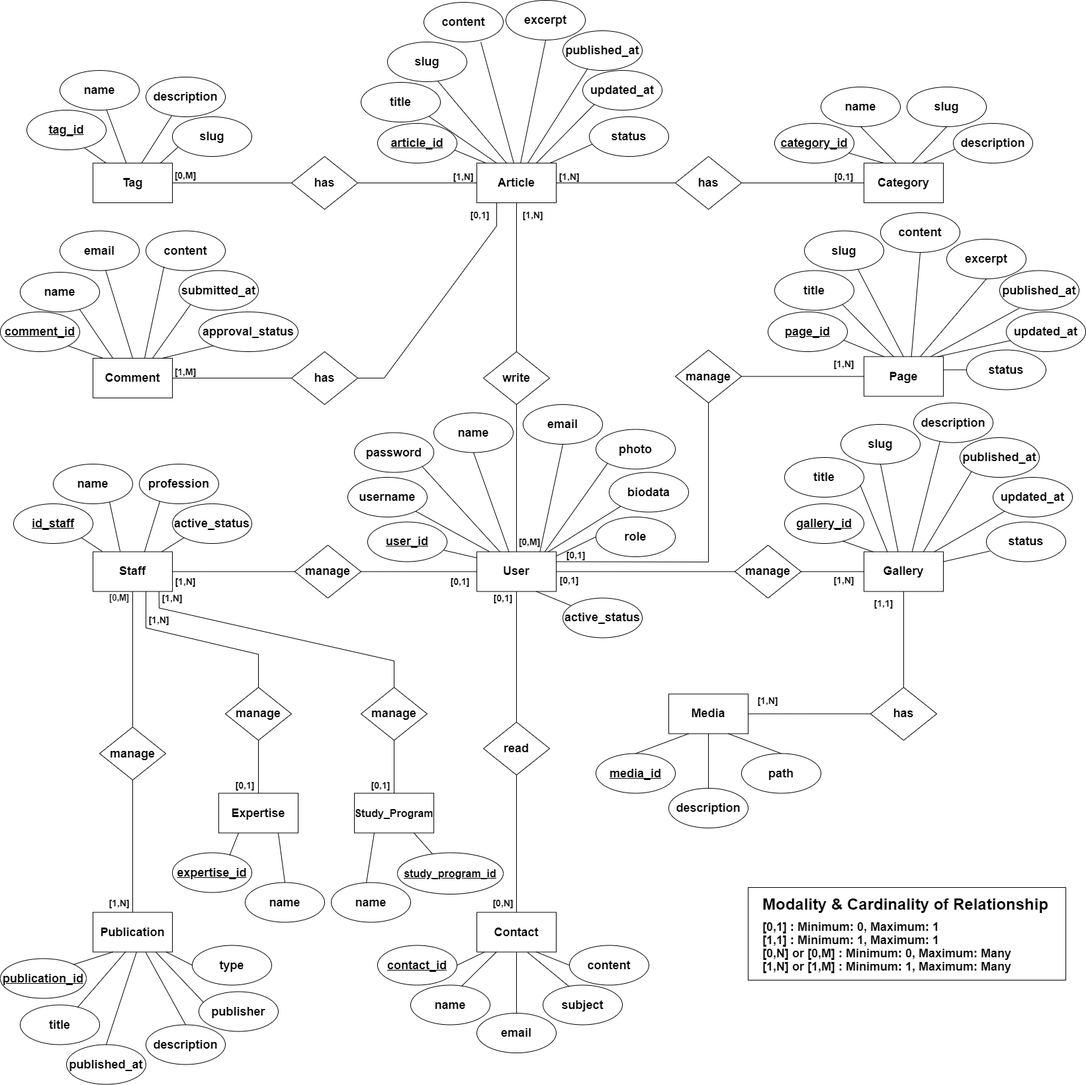
Before: higher-edu-web/conceptual-data-model-en.png, a diagram exported from draw.io (alifiharafi/alifiharafi-research.github.io). Source tidied: cells renumbered, new cells last; positions are measured from the earlier drawing's top-left corner, leaving out a move shared by most shapes.
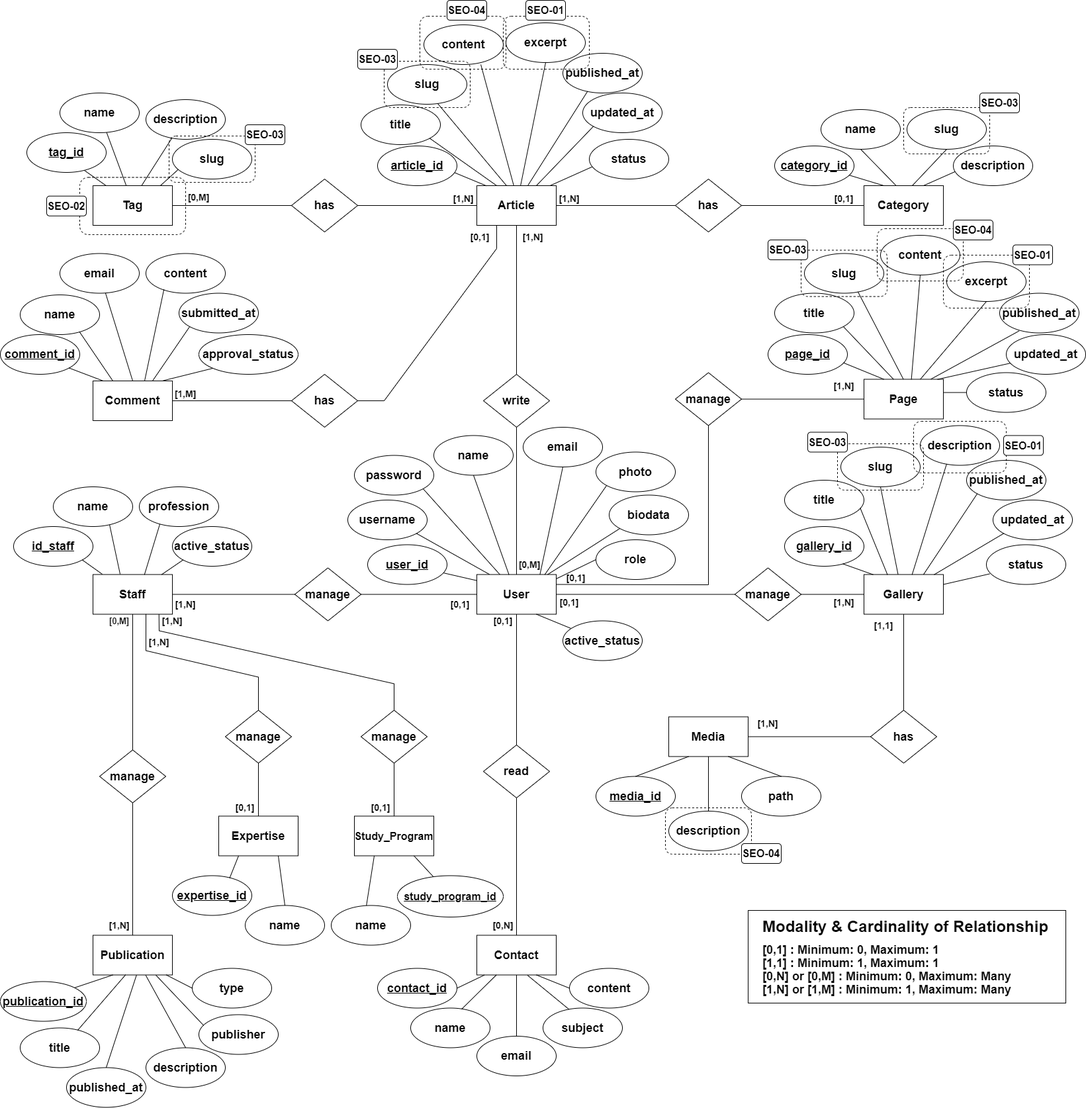
The same diagram one commit later.

Commit message:
Update CDM with Supporting Factors of SEO

What changed in the source:
```diff
@@ -8,10 +8,10 @@
     <mxCell id="3" value="&lt;font style=&quot;font-size: 18px&quot;&gt;title&lt;/font&gt;" style="ellipse;whiteSpace=wrap;html=1;fontStyle=1;fillColor=default;strokeColor=default;fontColor=default;" parent="1" vertex="1">
       <mxGeometry x="545" y="124" width="120" height="60" as="geometry" />
     </mxCell>
-    <mxCell id="4" value="&lt;font style=&quot;font-size: 18px&quot;&gt;excerpt&lt;/font&gt;" style="ellipse;whiteSpace=wrap;html=1;fontStyle=1;fillColor=default;strokeColor=default;fontColor=default;" parent="1" vertex="1">
+    <mxCell id="4" value="&lt;font style=&quot;font-size: 18px&quot;&gt;excerpt&lt;/font&gt;" style="ellipse;whiteSpace=wrap;html=1;fontStyle=1;" parent="1" vertex="1">
       <mxGeometry x="764" width="120" height="60" as="geometry" />
     </mxCell>
-    <mxCell id="5" value="&lt;font style=&quot;font-size: 18px&quot;&gt;slug&lt;/font&gt;" style="ellipse;whiteSpace=wrap;html=1;fontStyle=1;fillColor=default;strokeColor=default;fontColor=default;" parent="1" vertex="1">
+    <mxCell id="5" value="&lt;font style=&quot;font-size: 18px&quot;&gt;slug&lt;/font&gt;" style="ellipse;whiteSpace=wrap;html=1;fontStyle=1;" parent="1" vertex="1">
       <mxGeometry x="585" y="63" width="120" height="60" as="geometry" />
     </mxCell>
     <mxCell id="6" value="&lt;font style=&quot;font-size: 18px&quot;&gt;published_at&lt;/font&gt;" style="ellipse;whiteSpace=wrap;html=1;fontStyle=1;fillColor=default;strokeColor=default;fontColor=default;" parent="1" vertex="1">
@@ -66,7 +66,7 @@
       <mxGeometry x="140" y="246" width="120" height="60" as="geometry" />
     </mxCell>
     <mxCell id="23" value="&lt;font style=&quot;font-size: 14px&quot;&gt;[0,M]&lt;/font&gt;" style="text;html=1;strokeColor=none;fillColor=none;align=center;verticalAlign=middle;whiteSpace=wrap;rounded=0;fontSize=13;fontStyle=1;" parent="1" vertex="1">
-      <mxGeometry x="260" y="256" width="40" height="15" as="geometry" />
+      <mxGeometry x="280" y="256" width="40" height="15" as="geometry" />
     </mxCell>
     <mxCell id="24" value="&lt;font style=&quot;font-size: 14px&quot;&gt;[0,1]&lt;/font&gt;" style="text;html=1;strokeColor=none;fillColor=none;align=center;verticalAlign=middle;whiteSpace=wrap;rounded=0;fontSize=13;fontStyle=1;" parent="1" vertex="1">
       <mxGeometry x="705" y="316" width="40" height="15" as="geometry" />
@@ -252,10 +252,10 @@
     <mxCell id="83" value="&lt;font style=&quot;font-size: 18px&quot;&gt;title&lt;/font&gt;" style="ellipse;whiteSpace=wrap;html=1;fontStyle=1;fillColor=default;strokeColor=default;fontColor=default;" parent="1" vertex="1">
       <mxGeometry x="1170" y="408.5" width="120" height="60" as="geometry" />
     </mxCell>
-    <mxCell id="84" value="&lt;font style=&quot;font-size: 18px&quot;&gt;slug&lt;/font&gt;" style="ellipse;whiteSpace=wrap;html=1;fontStyle=1;fillColor=default;strokeColor=default;fontColor=default;" parent="1" vertex="1">
+    <mxCell id="84" value="&lt;font style=&quot;font-size: 18px&quot;&gt;slug&lt;/font&gt;" style="ellipse;whiteSpace=wrap;html=1;fontStyle=1;" parent="1" vertex="1">
       <mxGeometry x="1215" y="348.5" width="120" height="60" as="geometry" />
     </mxCell>
-    <mxCell id="85" value="&lt;font style=&quot;font-size: 18px&quot;&gt;excerpt&lt;/font&gt;" style="ellipse;whiteSpace=wrap;html=1;fontStyle=1;fillColor=default;strokeColor=default;fontColor=default;" parent="1" vertex="1">
+    <mxCell id="85" value="&lt;font style=&quot;font-size: 18px&quot;&gt;excerpt&lt;/font&gt;" style="ellipse;whiteSpace=wrap;html=1;fontStyle=1;" parent="1" vertex="1">
       <mxGeometry x="1430" y="361" width="120" height="60" as="geometry" />
     </mxCell>
     <mxCell id="86" value="&lt;font&gt;&lt;font style=&quot;font-size: 18px&quot;&gt;published_at&lt;/font&gt;&lt;br&gt;&lt;/font&gt;" style="ellipse;whiteSpace=wrap;html=1;fontStyle=1;fillColor=default;strokeColor=default;fontColor=default;" parent="1" vertex="1">
@@ -280,10 +280,10 @@
       <mxGeometry x="1270" y="641" width="120" height="60" as="geometry" />
     </mxCell>
     <mxCell id="93" value="&lt;font style=&quot;font-size: 18px&quot;&gt;description&lt;/font&gt;" style="ellipse;whiteSpace=wrap;html=1;fontStyle=1;" parent="1" vertex="1">
-      <mxGeometry x="1380" y="608.5" width="120" height="60" as="geometry" />
+      <mxGeometry x="1390" y="608.5" width="120" height="60" as="geometry" />
     </mxCell>
     <mxCell id="94" value="&lt;font style=&quot;font-size: 18px;&quot;&gt;published_at&lt;br style=&quot;font-size: 18px;&quot;&gt;&lt;/font&gt;" style="ellipse;whiteSpace=wrap;html=1;fontStyle=1;fontSize=18;" parent="1" vertex="1">
-      <mxGeometry x="1450" y="661" width="120" height="60" as="geometry" />
+      <mxGeometry x="1460" y="661" width="120" height="60" as="geometry" />
     </mxCell>
     <mxCell id="95" value="&lt;font&gt;&lt;font style=&quot;font-size: 18px&quot;&gt;status&lt;/font&gt;&lt;br&gt;&lt;/font&gt;" style="ellipse;whiteSpace=wrap;html=1;fontStyle=1;" parent="1" vertex="1">
       <mxGeometry x="1490" y="788.5" width="120" height="60" as="geometry" />
@@ -651,23 +651,95 @@
     <mxCell id="211" style="endArrow=none;html=1;rounded=0;fontSize=14;entryX=0.1;entryY=0.189;entryDx=0;entryDy=0;exitX=0.75;exitY=1;exitDx=0;exitDy=0;entryPerimeter=0;" parent="1" edge="1" source="33" target="210">
       <mxGeometry relative="1" as="geometry" />
     </mxCell>
-    <mxCell id="212" value="&lt;font style=&quot;font-size: 18px&quot;&gt;description&lt;/font&gt;" style="ellipse;whiteSpace=wrap;html=1;fontStyle=1;fillColor=default;strokeColor=default;fontColor=default;" parent="1" vertex="1">
+    <mxCell id="212" value="&lt;font style=&quot;font-size: 18px&quot;&gt;description&lt;/font&gt;" style="ellipse;whiteSpace=wrap;html=1;fontStyle=1;" parent="1" vertex="1">
       <mxGeometry x="1010" y="1191" width="120" height="60" as="geometry" />
     </mxCell>
     <mxCell id="213" style="endArrow=none;html=1;rounded=0;labelBackgroundColor=default;fontColor=default;strokeColor=default;exitX=0.5;exitY=0;exitDx=0;exitDy=0;" parent="1" edge="1" source="212" target="30">
       <mxGeometry relative="1" as="geometry" />
     </mxCell>
-    <mxCell id="214" value="&lt;font style=&quot;font-size: 18px&quot;&gt;content&lt;/font&gt;" style="ellipse;whiteSpace=wrap;html=1;fontStyle=1;fillColor=default;strokeColor=default;fontColor=default;" parent="1" vertex="1">
+    <mxCell id="214" value="&lt;font style=&quot;font-size: 18px&quot;&gt;content&lt;/font&gt;" style="ellipse;whiteSpace=wrap;html=1;fontStyle=1;" parent="1" vertex="1">
       <mxGeometry x="1330" y="321" width="120" height="60" as="geometry" />
     </mxCell>
     <mxCell id="215" style="endArrow=none;html=1;rounded=0;labelBackgroundColor=default;fontColor=default;strokeColor=default;entryX=0.5;entryY=1;entryDx=0;entryDy=0;exitX=0.597;exitY=0.005;exitDx=0;exitDy=0;exitPerimeter=0;" parent="1" edge="1" source="28" target="214">
       <mxGeometry relative="1" as="geometry" />
     </mxCell>
-    <mxCell id="216" value="&lt;font style=&quot;font-size: 18px&quot;&gt;content&lt;/font&gt;" style="ellipse;whiteSpace=wrap;html=1;fontStyle=1;fillColor=default;strokeColor=default;fontColor=default;" parent="1" vertex="1">
+    <mxCell id="216" value="&lt;font style=&quot;font-size: 18px&quot;&gt;content&lt;/font&gt;" style="ellipse;whiteSpace=wrap;html=1;fontStyle=1;" parent="1" vertex="1">
       <mxGeometry x="640" y="3" width="120" height="60" as="geometry" />
     </mxCell>
     <mxCell id="217" style="endArrow=none;html=1;rounded=0;labelBackgroundColor=default;fontColor=default;strokeColor=default;exitX=0.717;exitY=1;exitDx=0;exitDy=0;exitPerimeter=0;entryX=0.465;entryY=-0.002;entryDx=0;entryDy=0;entryPerimeter=0;" parent="1" edge="1" source="216" target="8">
       <mxGeometry relative="1" as="geometry" />
     </mxCell>
+    <mxCell id="218" style="rounded=1;whiteSpace=wrap;html=1;dashed=1;fillColor=none;" parent="1" vertex="1">
+      <mxGeometry x="120" y="233.5" width="160" height="86.5" as="geometry" />
+    </mxCell>
+    <mxCell id="219" style="rounded=1;whiteSpace=wrap;html=1;dashed=1;fillColor=none;" parent="1" vertex="1">
+      <mxGeometry x="255" y="171" width="130" height="70" as="geometry" />
+    </mxCell>
+    <mxCell id="220" style="rounded=1;whiteSpace=wrap;html=1;dashed=1;fillColor=none;" parent="1" vertex="1">
+      <mxGeometry x="580" y="58" width="130" height="70" as="geometry" />
+    </mxCell>
+    <mxCell id="221" style="rounded=1;whiteSpace=wrap;html=1;dashed=1;fillColor=none;" parent="1" vertex="1">
+      <mxGeometry x="634" y="-10" width="130" height="80" as="geometry" />
+    </mxCell>
+    <mxCell id="222" style="rounded=1;whiteSpace=wrap;html=1;dashed=1;fillColor=none;" parent="1" vertex="1">
+      <mxGeometry x="760" y="-10" width="130" height="80" as="geometry" />
+    </mxCell>
+    <mxCell id="223" style="rounded=1;whiteSpace=wrap;html=1;dashed=1;fillColor=none;" parent="1" vertex="1">
+      <mxGeometry x="1365" y="128" width="130" height="70" as="geometry" />
+    </mxCell>
+    <mxCell id="224" style="rounded=1;whiteSpace=wrap;html=1;dashed=1;fillColor=none;" parent="1" vertex="1">
+      <mxGeometry x="1210" y="343.5" width="130" height="70" as="geometry" />
+    </mxCell>
+    <mxCell id="225" style="rounded=1;whiteSpace=wrap;html=1;dashed=1;fillColor=none;" parent="1" vertex="1">
+      <mxGeometry x="1325" y="311" width="130" height="79" as="geometry" />
+    </mxCell>
+    <mxCell id="226" style="rounded=1;whiteSpace=wrap;html=1;dashed=1;fillColor=none;" parent="1" vertex="1">
+      <mxGeometry x="1425" y="351" width="130" height="80" as="geometry" />
+    </mxCell>
+    <mxCell id="227" style="rounded=1;whiteSpace=wrap;html=1;dashed=1;fillColor=none;" parent="1" vertex="1">
+      <mxGeometry x="1265" y="636" width="130" height="70" as="geometry" />
+    </mxCell>
+    <mxCell id="228" style="rounded=1;whiteSpace=wrap;html=1;dashed=1;fillColor=none;" parent="1" vertex="1">
+      <mxGeometry x="1380" y="602" width="140" height="78" as="geometry" />
+    </mxCell>
+    <mxCell id="229" style="rounded=1;whiteSpace=wrap;html=1;dashed=1;fillColor=none;" parent="1" vertex="1">
+      <mxGeometry x="1005" y="1186" width="130" height="70" as="geometry" />
+    </mxCell>
+    <mxCell id="230" value="&lt;b&gt;&lt;font style=&quot;font-size: 16px&quot;&gt;SEO-04&lt;/font&gt;&lt;/b&gt;" style="rounded=1;whiteSpace=wrap;html=1;" parent="1" vertex="1">
+      <mxGeometry x="1120" y="1240" width="60" height="30" as="geometry" />
+    </mxCell>
+    <mxCell id="231" value="&lt;b&gt;&lt;font style=&quot;font-size: 16px&quot;&gt;SEO-01&lt;/font&gt;&lt;/b&gt;" style="rounded=1;whiteSpace=wrap;html=1;" parent="1" vertex="1">
+      <mxGeometry x="1516" y="623.5" width="60" height="30" as="geometry" />
+    </mxCell>
+    <mxCell id="232" value="&lt;b&gt;&lt;font style=&quot;font-size: 16px&quot;&gt;SEO-03&lt;/font&gt;&lt;/b&gt;" style="rounded=1;whiteSpace=wrap;html=1;" parent="1" vertex="1">
+      <mxGeometry x="1220" y="618.5" width="60" height="30" as="geometry" />
+    </mxCell>
+    <mxCell id="233" value="&lt;b&gt;&lt;font style=&quot;font-size: 16px&quot;&gt;SEO-02&lt;/font&gt;&lt;/b&gt;" style="rounded=1;whiteSpace=wrap;html=1;" parent="1" vertex="1">
+      <mxGeometry x="70" y="261.8" width="60" height="30" as="geometry" />
+    </mxCell>
+    <mxCell id="234" value="&lt;b&gt;&lt;font style=&quot;font-size: 16px&quot;&gt;SEO-01&lt;/font&gt;&lt;/b&gt;" style="rounded=1;whiteSpace=wrap;html=1;" parent="1" vertex="1">
+      <mxGeometry x="794" y="-34" width="60" height="30" as="geometry" />
+    </mxCell>
+    <mxCell id="235" value="&lt;b&gt;&lt;font style=&quot;font-size: 16px&quot;&gt;SEO-01&lt;/font&gt;&lt;/b&gt;" style="rounded=1;whiteSpace=wrap;html=1;" parent="1" vertex="1">
+      <mxGeometry x="1530" y="335.5" width="60" height="30" as="geometry" />
+    </mxCell>
+    <mxCell id="236" value="&lt;b&gt;&lt;font style=&quot;font-size: 16px&quot;&gt;SEO-03&lt;/font&gt;&lt;/b&gt;" style="rounded=1;whiteSpace=wrap;html=1;" parent="1" vertex="1">
+      <mxGeometry x="540" y="40" width="60" height="30" as="geometry" />
+    </mxCell>
+    <mxCell id="237" value="&lt;b&gt;&lt;font style=&quot;font-size: 16px&quot;&gt;SEO-03&lt;/font&gt;&lt;/b&gt;" style="rounded=1;whiteSpace=wrap;html=1;" parent="1" vertex="1">
+      <mxGeometry x="1160" y="328" width="60" height="30" as="geometry" />
+    </mxCell>
+    <mxCell id="238" value="&lt;b&gt;&lt;font style=&quot;font-size: 16px&quot;&gt;SEO-03&lt;/font&gt;&lt;/b&gt;" style="rounded=1;whiteSpace=wrap;html=1;" parent="1" vertex="1">
+      <mxGeometry x="1480" y="106" width="60" height="30" as="geometry" />
+    </mxCell>
+    <mxCell id="239" value="&lt;b&gt;&lt;font style=&quot;font-size: 16px&quot;&gt;SEO-03&lt;/font&gt;&lt;/b&gt;" style="rounded=1;whiteSpace=wrap;html=1;" parent="1" vertex="1">
+      <mxGeometry x="370" y="154" width="60" height="30" as="geometry" />
+    </mxCell>
+    <mxCell id="240" value="&lt;b&gt;&lt;font style=&quot;font-size: 16px&quot;&gt;SEO-04&lt;/font&gt;&lt;/b&gt;" style="rounded=1;whiteSpace=wrap;html=1;" parent="1" vertex="1">
+      <mxGeometry x="675" y="-34" width="60" height="30" as="geometry" />
+    </mxCell>
+    <mxCell id="241" value="&lt;b&gt;&lt;font style=&quot;font-size: 16px&quot;&gt;SEO-04&lt;/font&gt;&lt;/b&gt;" style="rounded=1;whiteSpace=wrap;html=1;" parent="1" vertex="1">
+      <mxGeometry x="1440" y="298" width="60" height="30" as="geometry" />
+    </mxCell>
   </root>
 </mxGraphModel>
```
